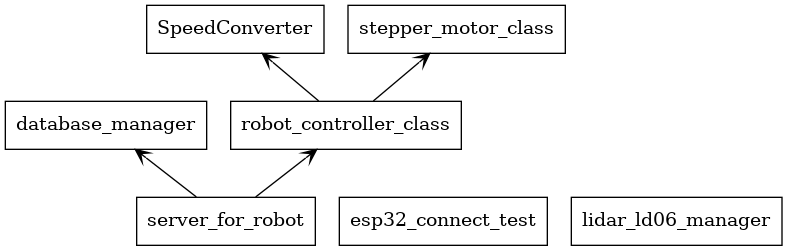
Above: packages_RobotController.png in FranckieGoes/Turtle (Graphviz), before the change. Its source is kept beside it as packages_RobotController.dot.
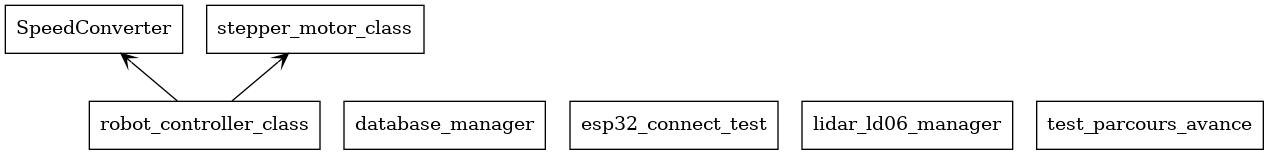
After the change.

Change to the diagram source:
```diff
@@ -6,10 +6,8 @@
 "esp32_connect_test" [color="black", label=<esp32_connect_test>, shape="box", style="solid"];
 "lidar_ld06_manager" [color="black", label=<lidar_ld06_manager>, shape="box", style="solid"];
 "robot_controller_class" [color="black", label=<robot_controller_class>, shape="box", style="solid"];
-"server_for_robot" [color="black", label=<server_for_robot>, shape="box", style="solid"];
 "stepper_motor_class" [color="black", label=<stepper_motor_class>, shape="box", style="solid"];
+"test_parcours_avance" [color="black", label=<test_parcours_avance>, shape="box", style="solid"];
 "robot_controller_class" -> "SpeedConverter" [arrowhead="open", arrowtail="none"];
 "robot_controller_class" -> "stepper_motor_class" [arrowhead="open", arrowtail="none"];
-"server_for_robot" -> "database_manager" [arrowhead="open", arrowtail="none"];
-"server_for_robot" -> "robot_controller_class" [arrowhead="open", arrowtail="none"];
 }
```
